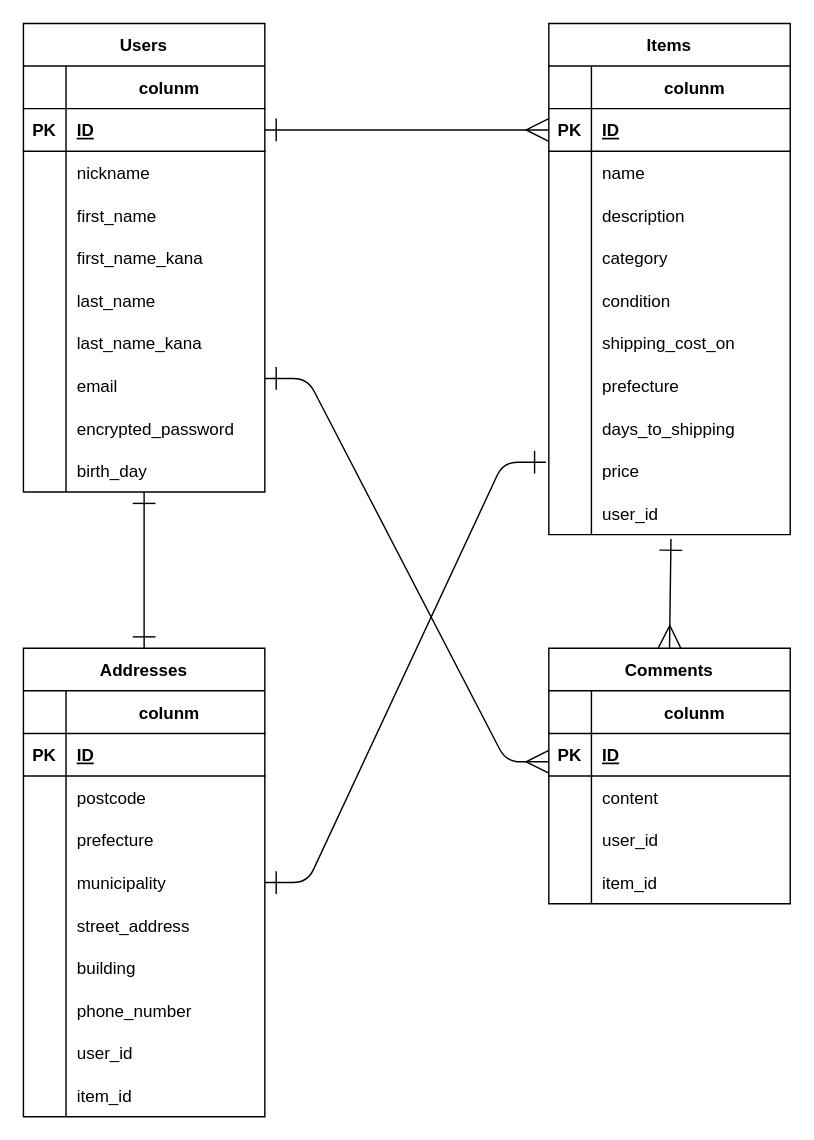
Earlier version of the draw.io diagram er-diagram.dio (ArgonSys/furima-40158). Source tidied: cells renumbered, new cells numbered last; positions are measured from the earlier drawing's top-left corner, leaving out a move shared by most shapes. Both pictures are drawn from the tidied source at 142%, with x=0, y=0 at pixel (23, 23).
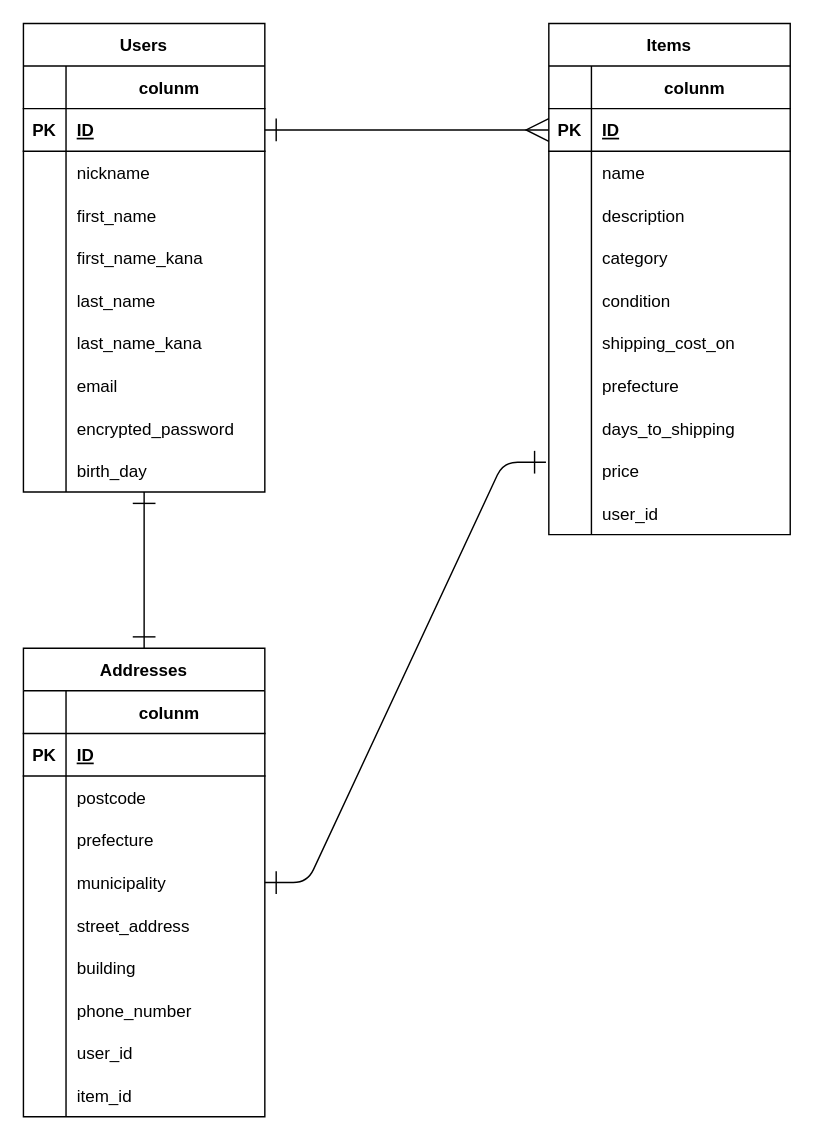
After the change.

Commit message (it also covers changes not shown here):
テーブル設計

The change refers to these unchanged cells:
```xml
<mxCell id="64" style="shape=tableRow;horizontal=0;startSize=0;swimlaneHead=0;swimlaneBody=0;fillColor=none;points=[[0,0.5],[1,0.5]];portConstraint=eastwest;top=0;left=0;right=0;bottom=0;" parent="33" vertex="1">
  <mxGeometry y="330" width="170" height="30" as="geometry" />
</mxCell>
```

What changed in the source:
```diff
@@
-    <mxCell id="67" value="Comments" style="shape=table;startSize=30;childLayout=tableLayout;rowLines=0;fontStyle=1;align=center;" parent="1" vertex="1">
-      <mxGeometry x="370" y="440" width="170" height="180" as="geometry" />
-    </mxCell>
-    <mxCell id="68" style="shape=tableRow;horizontal=0;startSize=0;swimlaneHead=0;swimlaneBody=0;fillColor=none;top=0;left=0;right=0;bottom=1;" parent="67" vertex="1">
-      <mxGeometry y="30" width="170" height="30" as="geometry" />
-    </mxCell>
-    <mxCell id="69" style="shape=partialRectangle;fillColor=none;top=0;left=0;bottom=0;right=0;fontStyle=1;overflow=hidden;" parent="68" vertex="1">
-      <mxGeometry width="30" height="30" as="geometry" />
-    </mxCell>
-    <mxCell id="70" value="colunm" style="shape=partialRectangle;fillColor=none;top=0;left=0;bottom=0;right=0;align=center;spacingLeft=6;fontStyle=1;overflow=hidden;" parent="68" vertex="1">
-      <mxGeometry x="30" width="140" height="30" as="geometry" />
-    </mxCell>
-    <mxCell id="71" style="shape=tableRow;horizontal=0;startSize=0;swimlaneHead=0;swimlaneBody=0;fillColor=none;top=0;left=0;right=0;bottom=1;" parent="67" vertex="1">
-      <mxGeometry y="60" width="170" height="30" as="geometry" />
-    </mxCell>
-    <mxCell id="72" value="PK" style="shape=partialRectangle;fillColor=none;top=0;left=0;bottom=0;right=0;fontStyle=1;overflow=hidden;" parent="71" vertex="1">
-      <mxGeometry width="30" height="30" as="geometry" />
-    </mxCell>
-    <mxCell id="73" value="ID" style="shape=partialRectangle;fillColor=none;top=0;left=0;bottom=0;right=0;align=left;spacingLeft=6;fontStyle=5;overflow=hidden;" parent="71" vertex="1">
-      <mxGeometry x="30" width="140" height="30" as="geometry" />
-    </mxCell>
-    <mxCell id="74" style="shape=tableRow;horizontal=0;startSize=0;swimlaneHead=0;swimlaneBody=0;fillColor=none;top=0;left=0;right=0;bottom=0;" parent="67" vertex="1">
-      <mxGeometry y="90" width="170" height="30" as="geometry" />
-    </mxCell>
-    <mxCell id="75" style="shape=partialRectangle;fillColor=none;top=0;left=0;bottom=0;right=0;overflow=hidden;" parent="74" vertex="1">
-      <mxGeometry width="30" height="30" as="geometry" />
-    </mxCell>
-    <mxCell id="76" value="content" style="shape=partialRectangle;fillColor=none;top=0;left=0;bottom=0;right=0;align=left;spacingLeft=6;overflow=hidden;" parent="74" vertex="1">
-      <mxGeometry x="30" width="140" height="30" as="geometry" />
-    </mxCell>
-    <mxCell id="77" style="shape=tableRow;horizontal=0;startSize=0;swimlaneHead=0;swimlaneBody=0;fillColor=none;top=0;left=0;right=0;bottom=0;" parent="67" vertex="1">
-      <mxGeometry y="120" width="170" height="30" as="geometry" />
-    </mxCell>
-    <mxCell id="78" style="shape=partialRectangle;fillColor=none;top=0;left=0;bottom=0;right=0;overflow=hidden;" parent="77" vertex="1">
-      <mxGeometry width="30" height="30" as="geometry" />
-    </mxCell>
-    <mxCell id="79" value="user_id" style="shape=partialRectangle;fillColor=none;top=0;left=0;bottom=0;right=0;align=left;spacingLeft=6;overflow=hidden;" parent="77" vertex="1">
-      <mxGeometry x="30" width="140" height="30" as="geometry" />
-    </mxCell>
-    <mxCell id="80" style="shape=tableRow;horizontal=0;startSize=0;swimlaneHead=0;swimlaneBody=0;fillColor=none;top=0;left=0;right=0;bottom=0;" parent="67" vertex="1">
-      <mxGeometry y="150" width="170" height="30" as="geometry" />
-    </mxCell>
-    <mxCell id="81" style="shape=partialRectangle;fillColor=none;top=0;left=0;bottom=0;right=0;overflow=hidden;" parent="80" vertex="1">
-      <mxGeometry width="30" height="30" as="geometry" />
-    </mxCell>
-    <mxCell id="82" value="item_id" style="shape=partialRectangle;fillColor=none;top=0;left=0;bottom=0;right=0;align=left;spacingLeft=6;overflow=hidden;" parent="80" vertex="1">
-      <mxGeometry x="30" width="140" height="30" as="geometry" />
-    </mxCell>
@@
-    <mxCell id="115" style="edgeStyle=entityRelationEdgeStyle;fontSize=12;html=1;endArrow=ERmany;entryX=0;entryY=0.5;entryDx=0;entryDy=0;endFill=0;startArrow=ERone;startFill=0;endSize=14;startSize=14;" parent="1" edge="1">
-      <mxGeometry relative="1" as="geometry">
-        <mxPoint x="170" y="250" as="sourcePoint" />
-        <mxPoint x="370" y="520" as="targetPoint" />
-      </mxGeometry>
-    </mxCell>
@@
-    <mxCell id="118" style="fontSize=12;html=1;endArrow=ERmany;endFill=0;startArrow=ERone;startFill=0;endSize=14;startSize=14;entryX=0.5;entryY=0;entryDx=0;entryDy=0;exitX=0.506;exitY=1.1;exitDx=0;exitDy=0;exitPerimeter=0;" parent="1" edge="1" source="64" target="67">
-      <mxGeometry relative="1" as="geometry" />
-    </mxCell>
```
